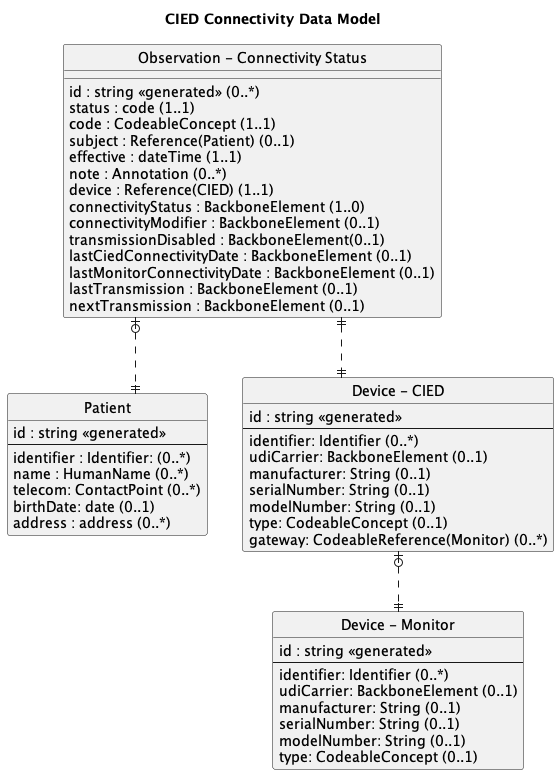
Before: input/images/data-model1.png, a diagram exported from PlantUML (HL7/CardX-CIED).
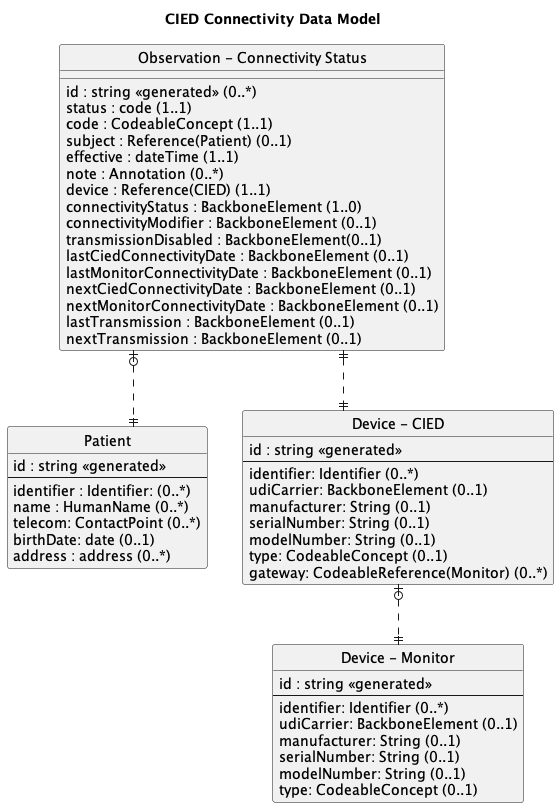
The same file after the commit.

The edit, as a diff of the source:
```diff
@@ -51,6 +51,8 @@
     transmissionDisabled : BackboneElement(0..1)
     lastCiedConnectivityDate : BackboneElement (0..1)
     lastMonitorConnectivityDate : BackboneElement (0..1)
+    nextCiedConnectivityDate : BackboneElement (0..1)
+    nextMonitorConnectivityDate : BackboneElement (0..1)
     lastTransmission : BackboneElement (0..1)
     nextTransmission : BackboneElement (0..1)
 }
```
